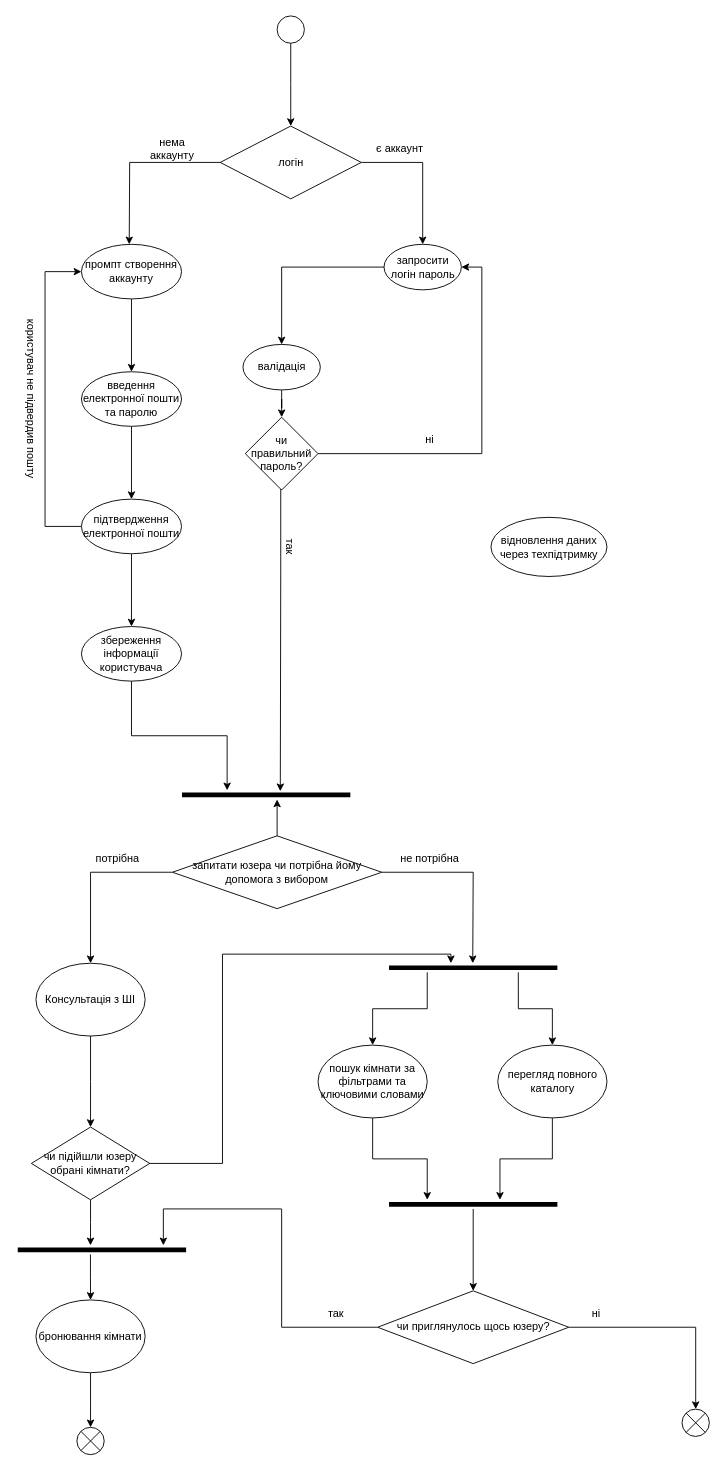
The draw.io diagram activity diagram user.drawio in Maksym-Perehinets/TSPP, before the edit. Source tidied: cells renumbered, new cells numbered last; positions are measured from the earlier drawing's top-left corner, leaving out a move shared by most shapes. Both pictures are drawn from the tidied source at 91%, with x=0, y=0 at pixel (-56, 15).
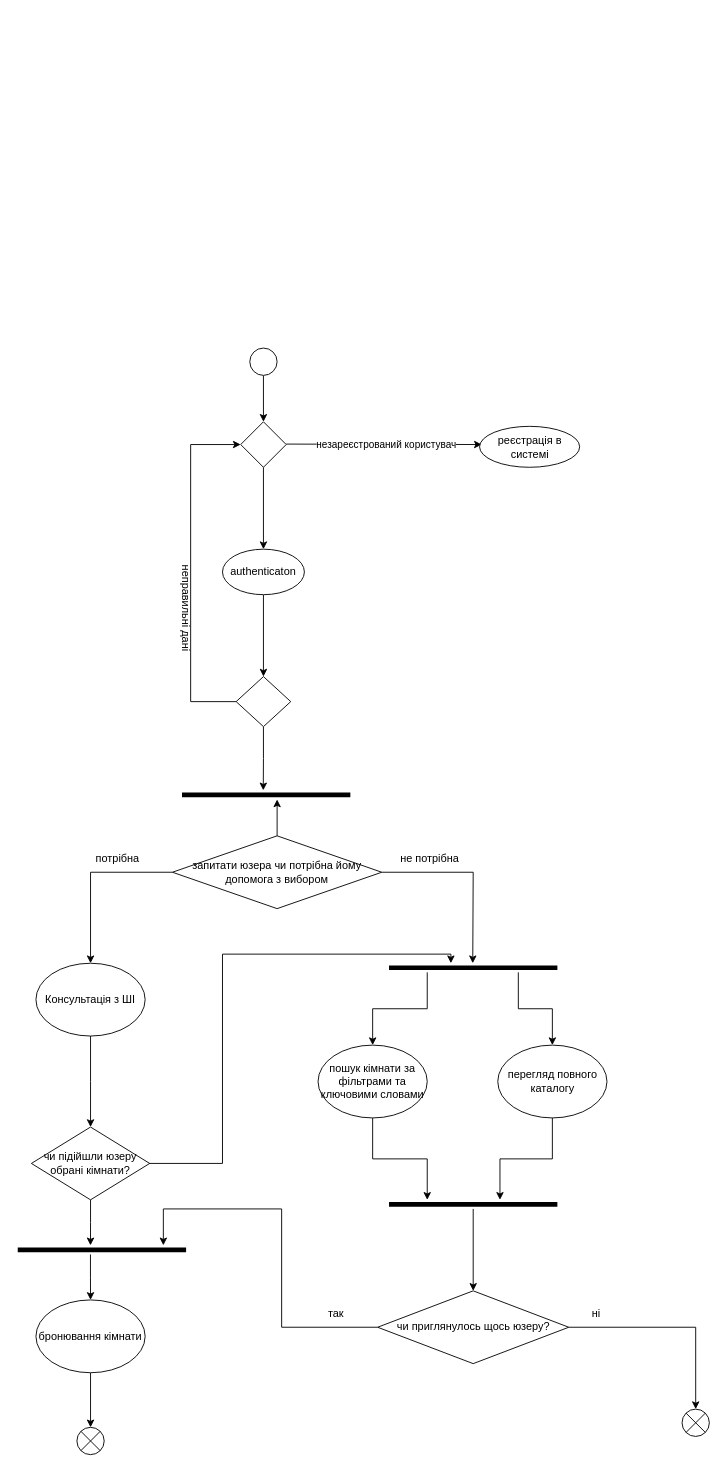
The same diagram, later.

Unchanged cells that the change refers to:
```xml
<mxCell id="3" style="line;strokeWidth=5;dashed=0;labelPosition=right;align=left;verticalAlign=middle;spacingTop=0;spacingLeft=6;points=[];portConstraint=eastwest;" parent="1" vertex="1">
  <mxGeometry x="260.5" y="851" width="185" height="10" as="geometry" />
</mxCell>
```

Change to the diagram source:
```diff
@@
+    <mxCell id="61" style="edgeStyle=orthogonalEdgeStyle;rounded=0;jettySize=auto;html=1;" parent="1" edge="1" source="2" target="63">
+      <mxGeometry relative="1" as="geometry" />
+    </mxCell>
     <mxCell id="2" style="ellipse;" parent="1" vertex="1">
-      <mxGeometry x="365" width="30" height="30" as="geometry" />
+      <mxGeometry x="335" y="365" width="30" height="30" as="geometry" />
     </mxCell>
@@
-    <mxCell id="4" style="edgeStyle=orthogonalEdgeStyle;rounded=0;jettySize=auto;html=1;" parent="1" edge="1" source="5" target="12">
-      <mxGeometry relative="1" as="geometry" />
-    </mxCell>
-    <mxCell id="5" value="запросити логін пароль" style="ellipse;whiteSpace=wrap;html=1;" parent="1" vertex="1">
-      <mxGeometry x="482.5" y="251" width="85" height="50" as="geometry" />
-    </mxCell>
-    <mxCell id="6" value="відновлення даних через техпідтримку" style="ellipse;whiteSpace=wrap;html=1;" parent="1" vertex="1">
-      <mxGeometry x="600" y="551" width="127.5" height="65" as="geometry" />
-    </mxCell>
-    <mxCell id="7" style="edgeStyle=orthogonalEdgeStyle;rounded=0;jettySize=auto;html=1;entryX=0.5;entryY=0.1;entryDx=0;entryDy=0;entryPerimeter=0;" parent="1" edge="1" source="2">
-      <mxGeometry relative="1" as="geometry">
-        <mxPoint x="380" y="121" as="targetPoint" />
-      </mxGeometry>
-    </mxCell>
-    <mxCell id="8" style="edgeStyle=orthogonalEdgeStyle;rounded=0;jettySize=auto;html=1;entryX=0.5;entryY=0;entryDx=0;entryDy=0;" parent="1" edge="1" source="10">
-      <mxGeometry relative="1" as="geometry">
-        <mxPoint x="202.5" y="251" as="targetPoint" />
-      </mxGeometry>
-    </mxCell>
-    <mxCell id="9" style="edgeStyle=orthogonalEdgeStyle;rounded=0;jettySize=auto;html=1;entryX=0.5;entryY=0;entryDx=0;entryDy=0;" parent="1" edge="1" source="10" target="5">
-      <mxGeometry relative="1" as="geometry" />
-    </mxCell>
-    <mxCell id="10" value="логін" style="rhombus;whiteSpace=wrap;html=1;" parent="1" vertex="1">
-      <mxGeometry x="302.5" y="121" width="155" height="80" as="geometry" />
-    </mxCell>
-    <mxCell id="11" style="edgeStyle=orthogonalEdgeStyle;rounded=0;jettySize=auto;html=1;" parent="1" edge="1" source="12" target="14">
-      <mxGeometry relative="1" as="geometry" />
-    </mxCell>
-    <mxCell id="12" value="валідація" style="ellipse;whiteSpace=wrap;html=1;" parent="1" vertex="1">
-      <mxGeometry x="327.5" y="361" width="85" height="50" as="geometry" />
-    </mxCell>
-    <mxCell id="13" style="edgeStyle=orthogonalEdgeStyle;rounded=0;jettySize=auto;html=1;entryX=1;entryY=0.5;entryDx=0;entryDy=0;" parent="1" edge="1" source="14" target="5">
-      <mxGeometry relative="1" as="geometry">
-        <Array as="points">
-          <mxPoint x="590" y="481" />
-          <mxPoint x="590" y="276" />
-        </Array>
-      </mxGeometry>
-    </mxCell>
-    <mxCell id="14" value="чи правильний пароль?" style="rhombus;whiteSpace=wrap;html=1;" parent="1" vertex="1">
-      <mxGeometry x="330" y="441" width="80" height="80" as="geometry" />
-    </mxCell>
-    <mxCell id="15" style="edgeStyle=orthogonalEdgeStyle;rounded=0;jettySize=auto;html=1;entryX=0.584;entryY=0.1;entryDx=0;entryDy=0;entryPerimeter=0;" parent="1" edge="1" source="14" target="3">
-      <mxGeometry relative="1" as="geometry">
-        <Array as="points">
-          <mxPoint x="369" y="611" />
-          <mxPoint x="369" y="611" />
-        </Array>
-      </mxGeometry>
-    </mxCell>
-    <mxCell id="16" value="ні" style="text;html=1;align=center;verticalAlign=middle;whiteSpace=wrap;rounded=0;" parent="1" vertex="1">
-      <mxGeometry x="502.5" y="451" width="60" height="30" as="geometry" />
-    </mxCell>
-    <mxCell id="17" value="так" style="text;html=1;align=center;verticalAlign=middle;whiteSpace=wrap;rounded=0;rotation=90;" parent="1" vertex="1">
-      <mxGeometry x="350" y="568.5" width="60" height="30" as="geometry" />
-    </mxCell>
-    <mxCell id="18" value="є аккаунт" style="text;html=1;align=center;verticalAlign=middle;whiteSpace=wrap;rounded=0;" parent="1" vertex="1">
-      <mxGeometry x="470" y="131" width="60" height="30" as="geometry" />
-    </mxCell>
-    <mxCell id="19" value="нема аккаунту" style="text;html=1;align=center;verticalAlign=middle;whiteSpace=wrap;rounded=0;" parent="1" vertex="1">
-      <mxGeometry x="220" y="131" width="60" height="30" as="geometry" />
-    </mxCell>
-    <mxCell id="20" style="edgeStyle=orthogonalEdgeStyle;rounded=0;jettySize=auto;html=1;" parent="1" edge="1" source="21" target="23">
-      <mxGeometry relative="1" as="geometry" />
-    </mxCell>
-    <mxCell id="21" value="промпт створення аккаунту" style="ellipse;whiteSpace=wrap;html=1;" parent="1" vertex="1">
-      <mxGeometry x="150" y="251" width="110" height="60" as="geometry" />
-    </mxCell>
-    <mxCell id="22" style="edgeStyle=orthogonalEdgeStyle;rounded=0;jettySize=auto;html=1;" parent="1" edge="1" source="23" target="26">
-      <mxGeometry relative="1" as="geometry" />
-    </mxCell>
-    <mxCell id="23" value="введення електронної пошти та паролю" style="ellipse;whiteSpace=wrap;html=1;" parent="1" vertex="1">
-      <mxGeometry x="150" y="391" width="110" height="60" as="geometry" />
-    </mxCell>
-    <mxCell id="24" style="edgeStyle=orthogonalEdgeStyle;rounded=0;jettySize=auto;html=1;entryX=0;entryY=0.5;entryDx=0;entryDy=0;" parent="1" edge="1" source="26" target="21">
-      <mxGeometry relative="1" as="geometry">
-        <Array as="points">
-          <mxPoint x="110" y="561" />
-          <mxPoint x="110" y="281" />
-        </Array>
-      </mxGeometry>
-    </mxCell>
-    <mxCell id="25" style="edgeStyle=orthogonalEdgeStyle;rounded=0;jettySize=auto;html=1;" parent="1" edge="1" source="26" target="28">
-      <mxGeometry relative="1" as="geometry" />
-    </mxCell>
-    <mxCell id="26" value="підтвердження електронної пошти" style="ellipse;whiteSpace=wrap;html=1;" parent="1" vertex="1">
-      <mxGeometry x="150" y="531" width="110" height="60" as="geometry" />
-    </mxCell>
-    <mxCell id="27" value="користувач не підвердив пошту" style="text;html=1;align=center;verticalAlign=middle;whiteSpace=wrap;rounded=0;rotation=90;" parent="1" vertex="1">
-      <mxGeometry y="406" width="190" height="30" as="geometry" />
-    </mxCell>
-    <mxCell id="28" value="збереження інформації користувача" style="ellipse;whiteSpace=wrap;html=1;" parent="1" vertex="1">
-      <mxGeometry x="150" y="671" width="110" height="60" as="geometry" />
-    </mxCell>
-    <mxCell id="29" style="edgeStyle=orthogonalEdgeStyle;rounded=0;jettySize=auto;html=1;entryX=0.268;entryY=0;entryDx=0;entryDy=0;entryPerimeter=0;" parent="1" edge="1" source="28" target="3">
-      <mxGeometry relative="1" as="geometry" />
-    </mxCell>
@@
+    <mxCell id="62" style="edgeStyle=orthogonalEdgeStyle;rounded=0;jettySize=auto;html=1;" parent="1" edge="1" source="63" target="68">
+      <mxGeometry relative="1" as="geometry" />
+    </mxCell>
+    <mxCell id="63" style="rhombus;whiteSpace=wrap;html=1;" parent="1" vertex="1">
+      <mxGeometry x="325" y="446" width="50" height="50" as="geometry" />
+    </mxCell>
+    <mxCell id="64" style="endArrow=classic;html=1;rounded=0;" parent="1" edge="1">
+      <mxGeometry relative="1" as="geometry">
+        <mxPoint x="375" y="470.5" as="sourcePoint" />
+        <mxPoint x="590" y="471" as="targetPoint" />
+      </mxGeometry>
+    </mxCell>
+    <mxCell id="65" value="&lt;div&gt;незареєстрований користувач&lt;/div&gt;" style="edgeLabel;html=1;align=center;verticalAlign=middle;" parent="64" vertex="1">
+      <mxGeometry relative="1" as="geometry">
+        <mxPoint x="2" as="offset" />
+      </mxGeometry>
+    </mxCell>
+    <mxCell id="66" value="реєстрація в системі" style="ellipse;whiteSpace=wrap;html=1;" parent="1" vertex="1">
+      <mxGeometry x="587.5" y="451" width="110" height="45" as="geometry" />
+    </mxCell>
+    <mxCell id="67" style="edgeStyle=orthogonalEdgeStyle;rounded=0;jettySize=auto;html=1;" parent="1" edge="1" source="68" target="71">
+      <mxGeometry relative="1" as="geometry" />
+    </mxCell>
+    <mxCell id="68" value="authenticaton" style="ellipse;whiteSpace=wrap;html=1;" parent="1" vertex="1">
+      <mxGeometry x="305" y="586" width="90" height="50" as="geometry" />
+    </mxCell>
+    <mxCell id="69" style="edgeStyle=orthogonalEdgeStyle;rounded=0;jettySize=auto;html=1;entryX=0;entryY=0.5;entryDx=0;entryDy=0;" parent="1" edge="1" source="71" target="63">
+      <mxGeometry relative="1" as="geometry">
+        <Array as="points">
+          <mxPoint x="270" y="754" />
+          <mxPoint x="270" y="471" />
+        </Array>
+      </mxGeometry>
+    </mxCell>
+    <mxCell id="70" style="edgeStyle=orthogonalEdgeStyle;rounded=0;jettySize=auto;html=1;exitX=0.5;exitY=1;exitDx=0;exitDy=0;" parent="1" edge="1" source="71">
+      <mxGeometry relative="1" as="geometry">
+        <mxPoint x="349.8" y="851" as="targetPoint" />
+      </mxGeometry>
+    </mxCell>
+    <mxCell id="71" style="rhombus;whiteSpace=wrap;html=1;" parent="1" vertex="1">
+      <mxGeometry x="320" y="726" width="60" height="55" as="geometry" />
+    </mxCell>
+    <mxCell id="72" value="&lt;div&gt;неправильні дані&lt;/div&gt;" style="text;html=1;align=center;verticalAlign=middle;whiteSpace=wrap;rounded=0;rotation=90;" parent="1" vertex="1">
+      <mxGeometry x="190" y="636" width="150" height="30" as="geometry" />
+    </mxCell>
```
